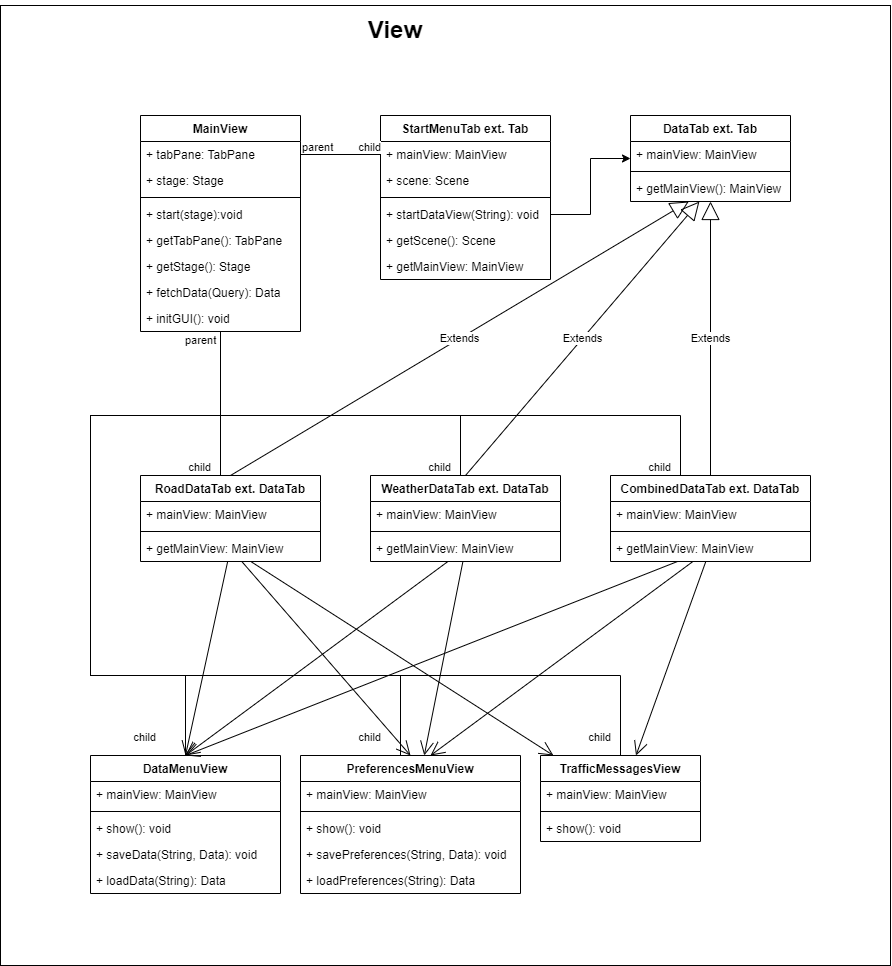
aleksiIso-seppala/Software-Design-project keeps this draw.io diagram as Documents/ViewUML.png. Above is the earlier version. Source tidied: cells renumbered, new cells last; positions are measured from the earlier drawing's top-left corner, leaving out a move shared by most shapes.
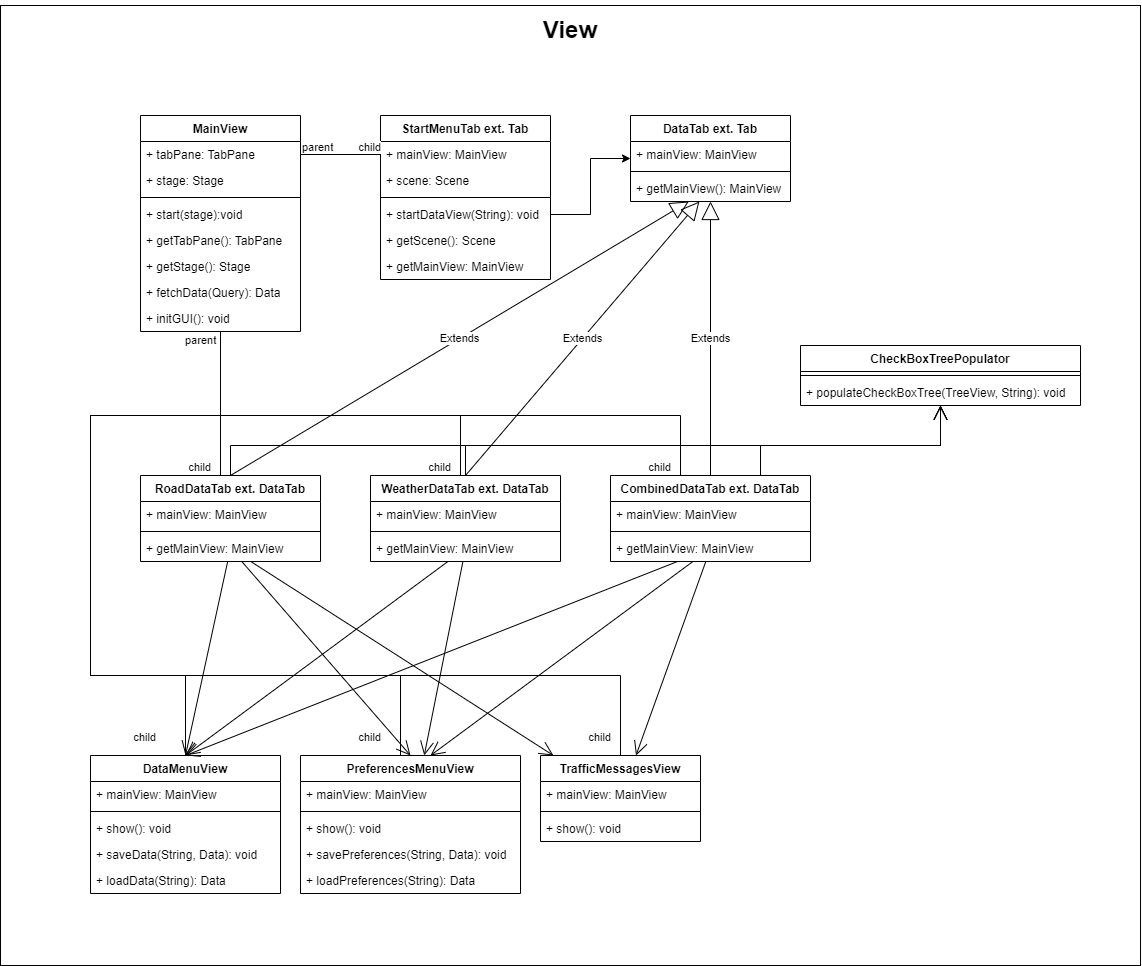
The same file after the commit.

Commit message:
Added CheckBoxTreePopulator into the ViewUML

Diff of the diagram source:
```diff
@@ -3,7 +3,7 @@
     <mxCell id="0" />
     <mxCell id="1" parent="0" />
     <mxCell id="2" style="rounded=0;whiteSpace=wrap;html=1;fillColor=#FFFFFF;" parent="1" vertex="1">
-      <mxGeometry width="890" height="960" as="geometry" />
+      <mxGeometry width="1140" height="960" as="geometry" />
     </mxCell>
     <mxCell id="3" value="MainView" style="swimlane;fontStyle=1;align=center;verticalAlign=top;horizontal=1;startSize=26;" parent="1" vertex="1">
       <mxGeometry x="140" y="110" width="160" height="216" as="geometry" />
@@ -90,7 +90,7 @@
       <mxGeometry y="138" width="170" height="26" as="geometry" />
     </mxCell>
     <mxCell id="31" value="&lt;h1&gt;View&lt;/h1&gt;" style="text;html=1;strokeColor=none;fillColor=none;align=center;verticalAlign=middle;whiteSpace=wrap;rounded=0;" parent="1" vertex="1">
-      <mxGeometry width="790" height="50" as="geometry" />
+      <mxGeometry x="175" width="790" height="50" as="geometry" />
     </mxCell>
     <mxCell id="32" style="endArrow=none;html=1;edgeStyle=orthogonalEdgeStyle;rounded=0;exitX=1;exitY=0.5;exitDx=0;exitDy=0;" parent="1" edge="1" source="4" target="25">
       <mxGeometry relative="1" as="geometry" />
@@ -288,5 +288,38 @@
     <mxCell id="79" style="edgeStyle=orthogonalEdgeStyle;rounded=0;jettySize=auto;html=1;" parent="1" edge="1" source="28" target="72">
       <mxGeometry relative="1" as="geometry" />
     </mxCell>
+    <mxCell id="80" value="CheckBoxTreePopulator" style="swimlane;fontStyle=1;align=center;verticalAlign=top;horizontal=1;startSize=26;" parent="1" vertex="1">
+      <mxGeometry x="800" y="340" width="280" height="60" as="geometry" />
+    </mxCell>
+    <mxCell id="81" style="line;strokeWidth=1;fillColor=none;align=left;verticalAlign=middle;spacingTop=-1;spacingLeft=3;spacingRight=3;labelPosition=right;strokeColor=inherit;" parent="80" vertex="1">
+      <mxGeometry y="26" width="280" height="8" as="geometry" />
+    </mxCell>
+    <mxCell id="82" value="+ populateCheckBoxTree(TreeView, String): void" style="text;strokeColor=none;fillColor=none;align=left;verticalAlign=top;spacingLeft=4;spacingRight=4;overflow=hidden;points=[[0,0.5],[1,0.5]];portConstraint=eastwest;" parent="80" vertex="1">
+      <mxGeometry y="34" width="280" height="26" as="geometry" />
+    </mxCell>
+    <mxCell id="83" style="endArrow=open;endFill=1;endSize=12;html=1;rounded=0;exitX=0.5;exitY=0;exitDx=0;exitDy=0;" parent="1" edge="1" source="20" target="82">
+      <mxGeometry relative="1" as="geometry">
+        <Array as="points">
+          <mxPoint x="230" y="440" />
+          <mxPoint x="940" y="440" />
+        </Array>
+      </mxGeometry>
+    </mxCell>
+    <mxCell id="84" style="endArrow=open;endFill=1;endSize=12;html=1;rounded=0;exitX=0.5;exitY=0;exitDx=0;exitDy=0;" parent="1" edge="1" source="16" target="82">
+      <mxGeometry relative="1" as="geometry">
+        <Array as="points">
+          <mxPoint x="465" y="440" />
+          <mxPoint x="940" y="440" />
+        </Array>
+      </mxGeometry>
+    </mxCell>
+    <mxCell id="85" style="endArrow=open;endFill=1;endSize=12;html=1;rounded=0;exitX=0.75;exitY=0;exitDx=0;exitDy=0;" parent="1" edge="1" source="12" target="82">
+      <mxGeometry relative="1" as="geometry">
+        <Array as="points">
+          <mxPoint x="760" y="440" />
+          <mxPoint x="940" y="440" />
+        </Array>
+      </mxGeometry>
+    </mxCell>
   </root>
 </mxGraphModel>
```
